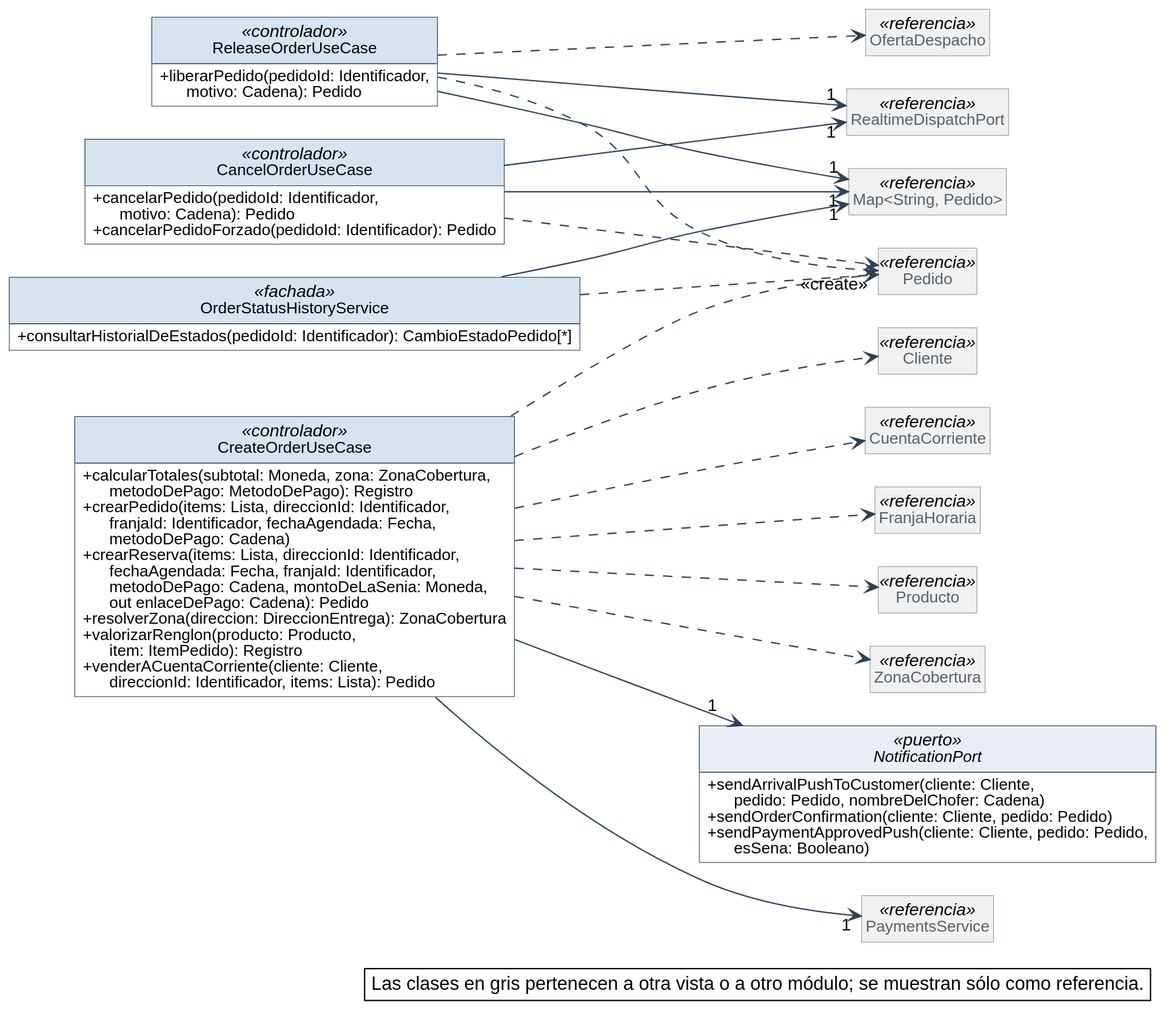
Before: diagramas/clases-diseno/DC_Mod_Pedidos-alta.svg, a diagram exported from PlantUML (Nahuelito-Dev/splg-docs).
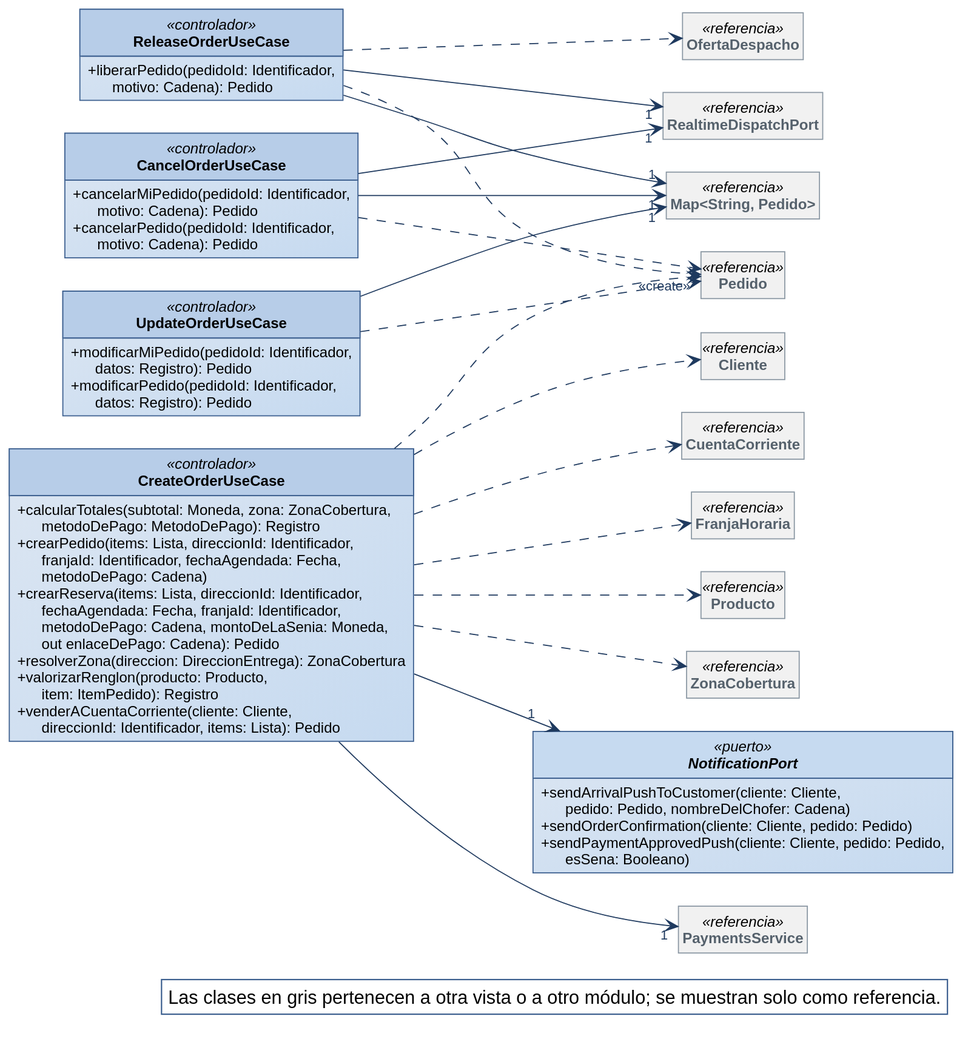
Above is the later version.

Diff of the diagram source:
```diff
@@ -1,59 +1,29 @@
 @startuml
-skinparam backgroundColor #FFFFFF
-skinparam shadowing false
-skinparam defaultFontName Helvetica
-skinparam defaultFontSize 13
-skinparam dpi 150
+!include ../estilo-vp.iuml
 skinparam nodesep 40
 skinparam ranksep 55
-skinparam classAttributeIconSize 0
-skinparam roundCorner 0
 skinparam genericDisplay old
-skinparam class {
-  BorderColor #2C4257
-  BackgroundColor #FFFFFF
-  ArrowColor #2C4257
-  FontSize 14
-  AttributeFontSize 12
-  HeaderBackgroundColor #E8EEF3
-}
 skinparam class<<referencia>> {
   BackgroundColor #F1F1F1
   BorderColor #8A97A3
   FontColor #55616C
 }
 skinparam class<<fachada>> {
-  HeaderBackgroundColor #D6E4F0
+  HeaderBackgroundColor #B7CDE8
 }
 skinparam class<<controlador>> {
-  HeaderBackgroundColor #D6E4F0
+  HeaderBackgroundColor #B7CDE8
 }
 skinparam class<<fabricación pura>> {
-  HeaderBackgroundColor #F3E9CF
+  HeaderBackgroundColor #E4ECF6
 }
 skinparam class<<colección>> {
   HeaderBackgroundColor #E6E6E6
 }
 skinparam class<<adaptador>> {
-  HeaderBackgroundColor #DCEBDD
-}
-skinparam interface {
-  BorderColor #2C4257
-  BackgroundColor #FFFFFF
-  HeaderBackgroundColor #DCEBDD
-  FontSize 14
-  AttributeFontSize 12
-}
-skinparam note {
-  BackgroundColor #FFFFFF
-  BorderColor #2C4257
+  HeaderBackgroundColor #D5E3F3
 }
 skinparam packageStyle rectangle
-skinparam package {
-  BorderColor #8A97A3
-  FontSize 13
-  FontColor #55616C
-}
 hide circle
 hide empty members
 
@@ -69,19 +39,20 @@
   + venderACuentaCorriente(cliente: Cliente,\n      direccionId: Identificador, items: Lista): Pedido
 }
 class CancelOrderUseCase <<controlador>> {
+  + cancelarMiPedido(pedidoId: Identificador,\n      motivo: Cadena): Pedido
   + cancelarPedido(pedidoId: Identificador,\n      motivo: Cadena): Pedido
-  + cancelarPedidoForzado(pedidoId: Identificador): Pedido
 }
 class ReleaseOrderUseCase <<controlador>> {
   + liberarPedido(pedidoId: Identificador,\n      motivo: Cadena): Pedido
+}
+class UpdateOrderUseCase <<controlador>> {
+  + modificarMiPedido(pedidoId: Identificador,\n      datos: Registro): Pedido
+  + modificarPedido(pedidoId: Identificador,\n      datos: Registro): Pedido
 }
 interface NotificationPort <<puerto>> {
   + sendArrivalPushToCustomer(cliente: Cliente,\n      pedido: Pedido, nombreDelChofer: Cadena)
   + sendOrderConfirmation(cliente: Cliente, pedido: Pedido)
   + sendPaymentApprovedPush(cliente: Cliente, pedido: Pedido,\n      esSena: Booleano)
-}
-class OrderStatusHistoryService <<fachada>> {
-  + consultarHistorialDeEstados(pedidoId: Identificador): CambioEstadoPedido[*]
 }
 class "Map<String, Pedido>" as Map_String_Pedido <<referencia>>
 class RealtimeDispatchPort <<referencia>>
@@ -98,9 +69,9 @@
 CancelOrderUseCase --> "1" RealtimeDispatchPort
 CreateOrderUseCase --> "1" NotificationPort
 CreateOrderUseCase --> "1" PaymentsService
-OrderStatusHistoryService --> "1" Map_String_Pedido
 ReleaseOrderUseCase --> "1" Map_String_Pedido
 ReleaseOrderUseCase --> "1" RealtimeDispatchPort
+UpdateOrderUseCase --> "1" Map_String_Pedido
 CancelOrderUseCase ..> Pedido
 CreateOrderUseCase ..> Cliente
 CreateOrderUseCase ..> CuentaCorriente
@@ -108,11 +79,11 @@
 CreateOrderUseCase ..> "<<create>>" Pedido
 CreateOrderUseCase ..> Producto
 CreateOrderUseCase ..> ZonaCobertura
-OrderStatusHistoryService ..> Pedido
 ReleaseOrderUseCase ..> OfertaDespacho
 ReleaseOrderUseCase ..> Pedido
+UpdateOrderUseCase ..> Pedido
 
 legend bottom right
-  Las clases en gris pertenecen a otra vista o a otro módulo; se muestran sólo como referencia.
+  Las clases en gris pertenecen a otra vista o a otro módulo; se muestran solo como referencia.
 endlegend
 @enduml
```
